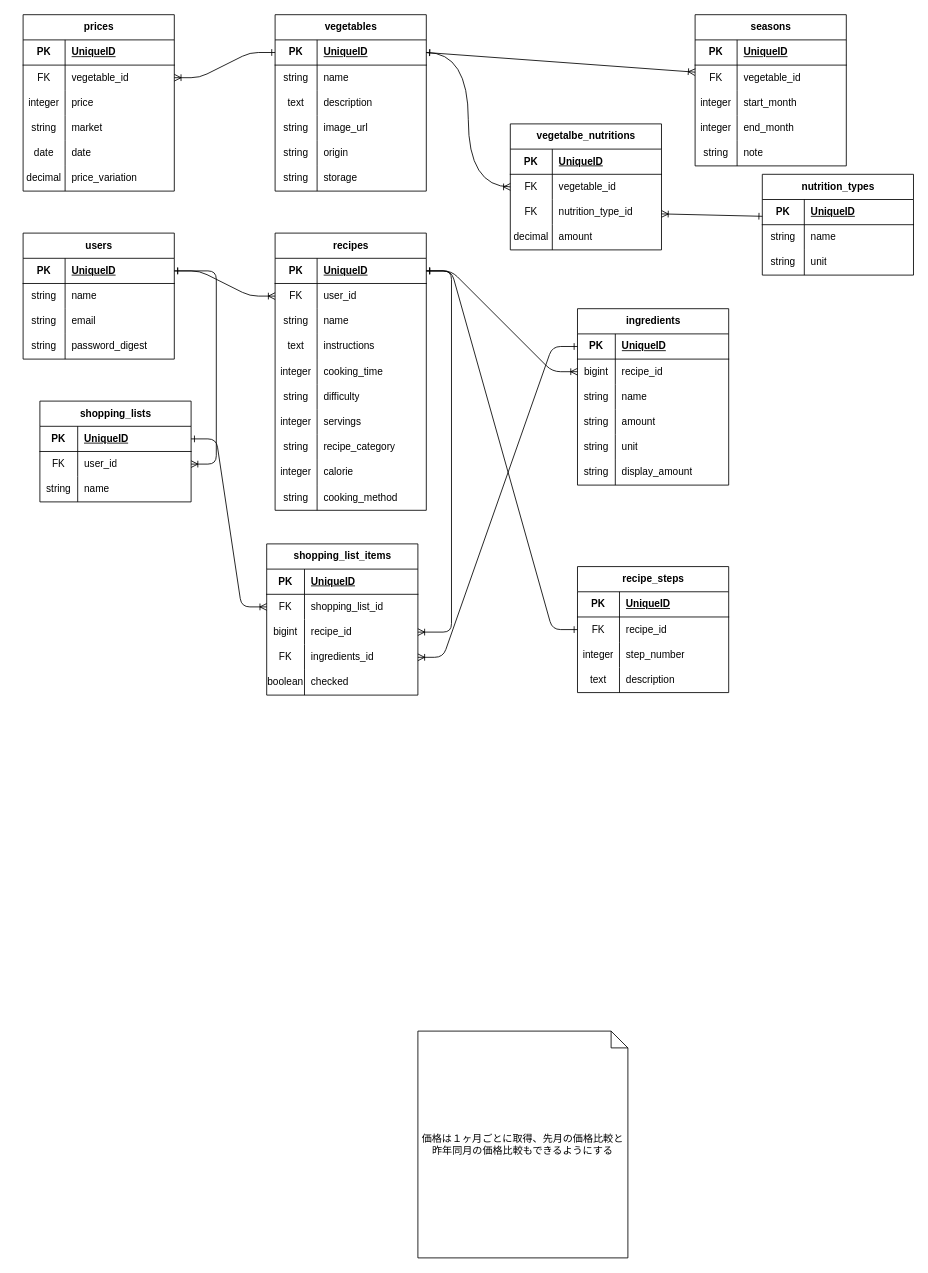
Earlier version of the draw.io diagram vegeguide.dio (pekoemood/vegeguide-docs). Source tidied: cells renumbered, new cells numbered last; positions are measured from the earlier drawing's top-left corner, leaving out a move shared by most shapes. Both pictures are drawn from the tidied source at 84%, with x=0, y=0 at pixel (14, 14).
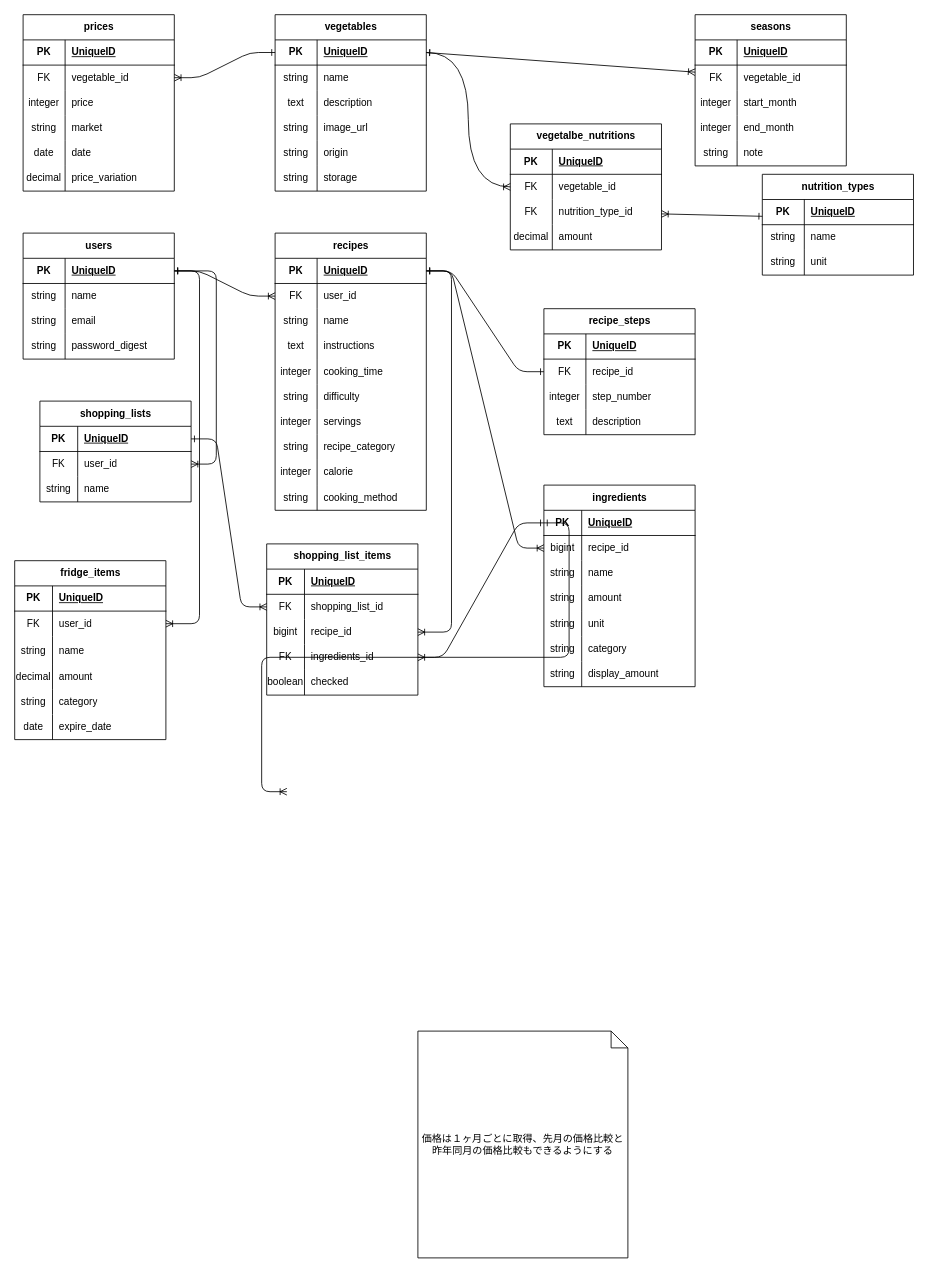
The same diagram, later.

Commit message:
fridge-tableの追加

Unchanged cells that the change refers to:
```xml
<mxCell id="3" style="shape=tableRow;horizontal=0;startSize=0;swimlaneHead=0;swimlaneBody=0;fillColor=none;points=[[0,0.5],[1,0.5]];portConstraint=eastwest;top=0;left=0;right=0;bottom=1;" parent="2" vertex="1">
  <mxGeometry y="30" width="180" height="30" as="geometry" />
</mxCell>
<mxCell id="97" style="shape=tableRow;horizontal=0;startSize=0;swimlaneHead=0;swimlaneBody=0;fillColor=none;points=[[0,0.5],[1,0.5]];portConstraint=eastwest;top=0;left=0;right=0;bottom=1;" parent="96" vertex="1">
  <mxGeometry y="30" width="180" height="30" as="geometry" />
</mxCell>
```

What changed in the source:
```diff
@@
     <mxCell id="96" value="&lt;span style=&quot;background-color: transparent;&quot;&gt;ingredients&lt;/span&gt;" style="shape=table;startSize=30;childLayout=tableLayout;rowLines=0;fontStyle=1;align=center;html=1;" parent="1" vertex="1">
-      <mxGeometry x="670" y="350" width="180" height="210" as="geometry" />
+      <mxGeometry x="630" y="560" width="180" height="240" as="geometry" />
     </mxCell>
@@
+    <mxCell id="194" style="shape=tableRow;horizontal=0;startSize=0;swimlaneHead=0;swimlaneBody=0;fillColor=none;top=0;left=0;right=0;bottom=0;" parent="96" vertex="1">
+      <mxGeometry y="180" width="180" height="30" as="geometry" />
+    </mxCell>
+    <mxCell id="195" value="string" style="shape=partialRectangle;fillColor=none;top=0;left=0;bottom=0;right=0;overflow=hidden;whiteSpace=wrap;html=1;" parent="194" vertex="1">
+      <mxGeometry width="45" height="30" as="geometry" />
+    </mxCell>
+    <mxCell id="196" value="category" style="shape=partialRectangle;fillColor=none;top=0;left=0;bottom=0;right=0;align=left;spacingLeft=6;overflow=hidden;whiteSpace=wrap;html=1;" parent="194" vertex="1">
+      <mxGeometry x="45" width="135" height="30" as="geometry" />
+    </mxCell>
     <mxCell id="112" style="shape=tableRow;horizontal=0;startSize=0;swimlaneHead=0;swimlaneBody=0;fillColor=none;top=0;left=0;right=0;bottom=0;" parent="96" vertex="1">
-      <mxGeometry y="180" width="180" height="30" as="geometry" />
+      <mxGeometry y="210" width="180" height="30" as="geometry" />
     </mxCell>
@@
     <mxCell id="116" value="recipe_steps" style="shape=table;startSize=30;childLayout=tableLayout;rowLines=0;fontStyle=1;align=center;html=1;" parent="1" vertex="1">
-      <mxGeometry x="670" y="657" width="180" height="150" as="geometry" />
+      <mxGeometry x="630" y="350" width="180" height="150" as="geometry" />
     </mxCell>
@@
+    <mxCell id="197" value="fridge_items" style="shape=table;startSize=30;childLayout=tableLayout;rowLines=0;fontStyle=1;align=center;html=1;" parent="1" vertex="1">
+      <mxGeometry y="650" width="180" height="213" as="geometry" />
+    </mxCell>
+    <mxCell id="198" style="shape=tableRow;horizontal=0;startSize=0;swimlaneHead=0;swimlaneBody=0;fillColor=none;top=0;left=0;right=0;bottom=1;" parent="197" vertex="1">
+      <mxGeometry y="30" width="180" height="30" as="geometry" />
+    </mxCell>
+    <mxCell id="199" value="PK" style="shape=partialRectangle;fillColor=none;top=0;left=0;bottom=0;right=0;fontStyle=1;overflow=hidden;whiteSpace=wrap;html=1;" parent="198" vertex="1">
+      <mxGeometry width="45" height="30" as="geometry" />
+    </mxCell>
+    <mxCell id="200" value="UniqueID" style="shape=partialRectangle;fillColor=none;top=0;left=0;bottom=0;right=0;align=left;spacingLeft=6;fontStyle=5;overflow=hidden;whiteSpace=wrap;html=1;" parent="198" vertex="1">
+      <mxGeometry x="45" width="135" height="30" as="geometry" />
+    </mxCell>
+    <mxCell id="201" style="shape=tableRow;horizontal=0;startSize=0;swimlaneHead=0;swimlaneBody=0;fillColor=none;points=[[0,0.5],[1,0.5]];portConstraint=eastwest;top=0;left=0;right=0;bottom=0;" parent="197" vertex="1">
+      <mxGeometry y="60" width="180" height="30" as="geometry" />
+    </mxCell>
+    <mxCell id="202" value="FK" style="shape=partialRectangle;fillColor=none;top=0;left=0;bottom=0;right=0;overflow=hidden;whiteSpace=wrap;html=1;" parent="201" vertex="1">
+      <mxGeometry width="45" height="30" as="geometry" />
+    </mxCell>
+    <mxCell id="203" value="user_id" style="shape=partialRectangle;fillColor=none;top=0;left=0;bottom=0;right=0;align=left;spacingLeft=6;overflow=hidden;whiteSpace=wrap;html=1;" parent="201" vertex="1">
+      <mxGeometry x="45" width="135" height="30" as="geometry" />
+    </mxCell>
+    <mxCell id="204" style="shape=tableRow;horizontal=0;startSize=0;swimlaneHead=0;swimlaneBody=0;fillColor=none;top=0;left=0;right=0;bottom=0;" parent="197" vertex="1">
+      <mxGeometry y="90" width="180" height="33" as="geometry" />
+    </mxCell>
+    <mxCell id="205" value="string" style="shape=partialRectangle;fillColor=none;top=0;left=0;bottom=0;right=0;overflow=hidden;whiteSpace=wrap;html=1;" parent="204" vertex="1">
+      <mxGeometry width="45" height="33" as="geometry" />
+    </mxCell>
+    <mxCell id="206" value="name" style="shape=partialRectangle;fillColor=none;top=0;left=0;bottom=0;right=0;align=left;spacingLeft=6;overflow=hidden;whiteSpace=wrap;html=1;" parent="204" vertex="1">
+      <mxGeometry x="45" width="135" height="33" as="geometry" />
+    </mxCell>
+    <mxCell id="207" style="shape=tableRow;horizontal=0;startSize=0;swimlaneHead=0;swimlaneBody=0;fillColor=none;top=0;left=0;right=0;bottom=0;" parent="197" vertex="1">
+      <mxGeometry y="123" width="180" height="30" as="geometry" />
+    </mxCell>
+    <mxCell id="208" value="decimal" style="shape=partialRectangle;fillColor=none;top=0;left=0;bottom=0;right=0;overflow=hidden;whiteSpace=wrap;html=1;" parent="207" vertex="1">
+      <mxGeometry width="45" height="30" as="geometry" />
+    </mxCell>
+    <mxCell id="209" value="amount" style="shape=partialRectangle;fillColor=none;top=0;left=0;bottom=0;right=0;align=left;spacingLeft=6;overflow=hidden;whiteSpace=wrap;html=1;" parent="207" vertex="1">
+      <mxGeometry x="45" width="135" height="30" as="geometry" />
+    </mxCell>
+    <mxCell id="210" style="shape=tableRow;horizontal=0;startSize=0;swimlaneHead=0;swimlaneBody=0;fillColor=none;top=0;left=0;right=0;bottom=0;" parent="197" vertex="1">
+      <mxGeometry y="153" width="180" height="30" as="geometry" />
+    </mxCell>
+    <mxCell id="211" value="string" style="shape=partialRectangle;fillColor=none;top=0;left=0;bottom=0;right=0;overflow=hidden;whiteSpace=wrap;html=1;" parent="210" vertex="1">
+      <mxGeometry width="45" height="30" as="geometry" />
+    </mxCell>
+    <mxCell id="212" value="category" style="shape=partialRectangle;fillColor=none;top=0;left=0;bottom=0;right=0;align=left;spacingLeft=6;overflow=hidden;whiteSpace=wrap;html=1;" parent="210" vertex="1">
+      <mxGeometry x="45" width="135" height="30" as="geometry" />
+    </mxCell>
+    <mxCell id="213" style="shape=tableRow;horizontal=0;startSize=0;swimlaneHead=0;swimlaneBody=0;fillColor=none;top=0;left=0;right=0;bottom=0;" parent="197" vertex="1">
+      <mxGeometry y="183" width="180" height="30" as="geometry" />
+    </mxCell>
+    <mxCell id="214" value="date" style="shape=partialRectangle;fillColor=none;top=0;left=0;bottom=0;right=0;overflow=hidden;whiteSpace=wrap;html=1;" parent="213" vertex="1">
+      <mxGeometry width="45" height="30" as="geometry" />
+    </mxCell>
+    <mxCell id="215" value="expire_date" style="shape=partialRectangle;fillColor=none;top=0;left=0;bottom=0;right=0;align=left;spacingLeft=6;overflow=hidden;whiteSpace=wrap;html=1;" parent="213" vertex="1">
+      <mxGeometry x="45" width="135" height="30" as="geometry" />
+    </mxCell>
+    <mxCell id="216" style="edgeStyle=entityRelationEdgeStyle;fontSize=12;html=1;endArrow=ERoneToMany;startArrow=ERone;startFill=0;" parent="1" edge="1" source="3" target="201">
+      <mxGeometry relative="1" as="geometry">
+        <Array as="points">
+          <mxPoint x="720" y="370" />
+          <mxPoint x="680" y="370" />
+        </Array>
+      </mxGeometry>
+    </mxCell>
+    <mxCell id="217" style="edgeStyle=entityRelationEdgeStyle;fontSize=12;html=1;endArrow=ERoneToMany;startArrow=ERone;startFill=0;exitX=0;exitY=0.5;exitDx=0;exitDy=0;" parent="1" edge="1" source="97">
+      <mxGeometry relative="1" as="geometry">
+        <mxPoint x="324" y="925" as="targetPoint" />
+        <Array as="points">
+          <mxPoint x="730" y="380" />
+          <mxPoint x="690" y="380" />
+          <mxPoint x="590" y="870" />
+        </Array>
+      </mxGeometry>
+    </mxCell>
```
